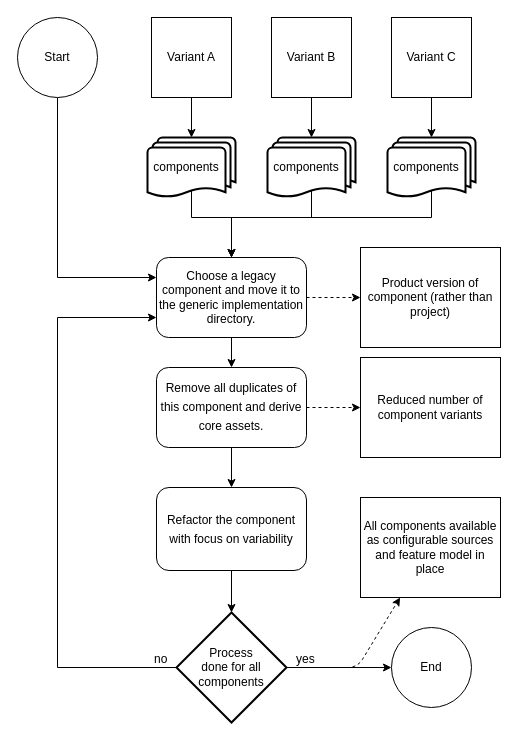
avengineers/SPLC2022 keeps this draw.io diagram as paper/images/step2-modularization-flow.drawio. Above is the earlier version. Source tidied: cells renumbered, new cells numbered last; positions are measured from the earlier drawing's top-left corner, leaving out a move shared by most shapes. Both pictures are drawn from the tidied source at 100%, with x=0, y=0 at pixel (17, 17).
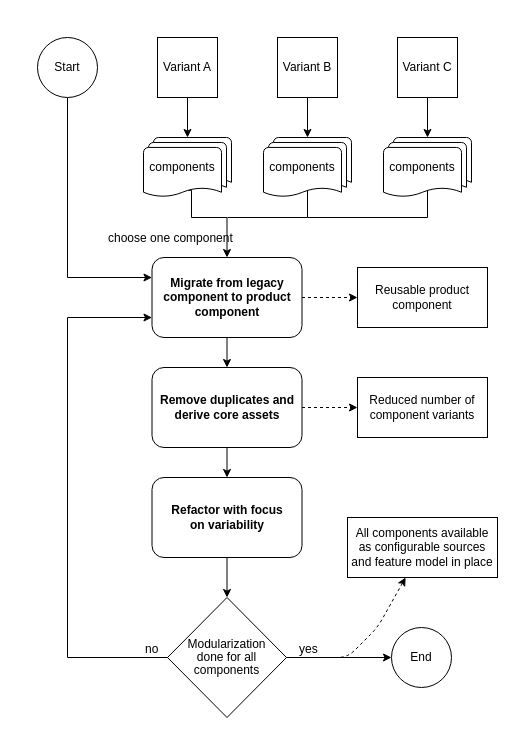
The same diagram, later.

The edit, as a diff of the source:
```diff
@@
-    <mxCell id="2" style="edgeStyle=orthogonalEdgeStyle;rounded=0;jettySize=auto;html=1;exitX=0.5;exitY=1;exitDx=0;exitDy=0;entryX=0.5;entryY=0;entryDx=0;entryDy=0;entryPerimeter=0;" parent="1" edge="1" source="3" target="9">
+    <mxCell id="2" style="edgeStyle=orthogonalEdgeStyle;rounded=0;jettySize=auto;html=1;exitX=0.5;exitY=1;exitDx=0;exitDy=0;entryX=0.5;entryY=0;entryDx=0;entryDy=0;entryPerimeter=0;fontFamily=Linux Libertine;" parent="1" edge="1" source="3" target="9">
       <mxGeometry relative="1" as="geometry" />
     </mxCell>
-    <mxCell id="3" value="Variant A" style="whiteSpace=wrap;html=1;" parent="1" vertex="1">
-      <mxGeometry x="134" width="80" height="80" as="geometry" />
+    <mxCell id="3" value="Variant A" style="whiteSpace=wrap;html=1;fontFamily=Linux Libertine;" parent="1" vertex="1">
+      <mxGeometry x="140" y="20" width="60" height="60" as="geometry" />
     </mxCell>
-    <mxCell id="4" style="edgeStyle=orthogonalEdgeStyle;rounded=0;jettySize=auto;html=1;exitX=0.5;exitY=1;exitDx=0;exitDy=0;entryX=0.5;entryY=0;entryDx=0;entryDy=0;entryPerimeter=0;" parent="1" edge="1" source="5" target="11">
+    <mxCell id="4" style="edgeStyle=orthogonalEdgeStyle;rounded=0;jettySize=auto;html=1;exitX=0.5;exitY=1;exitDx=0;exitDy=0;entryX=0.5;entryY=0;entryDx=0;entryDy=0;entryPerimeter=0;fontFamily=Linux Libertine;" parent="1" edge="1" source="5" target="11">
       <mxGeometry relative="1" as="geometry" />
     </mxCell>
-    <mxCell id="5" value="Variant B" style="whiteSpace=wrap;html=1;" parent="1" vertex="1">
-      <mxGeometry x="254" width="80" height="80" as="geometry" />
+    <mxCell id="5" value="Variant B" style="whiteSpace=wrap;html=1;fontFamily=Linux Libertine;" parent="1" vertex="1">
+      <mxGeometry x="260" y="20" width="60" height="60" as="geometry" />
     </mxCell>
-    <mxCell id="6" style="edgeStyle=orthogonalEdgeStyle;rounded=0;jettySize=auto;html=1;exitX=0.5;exitY=1;exitDx=0;exitDy=0;entryX=0.5;entryY=0;entryDx=0;entryDy=0;entryPerimeter=0;" parent="1" edge="1" source="7" target="13">
+    <mxCell id="6" style="edgeStyle=orthogonalEdgeStyle;rounded=0;jettySize=auto;html=1;exitX=0.5;exitY=1;exitDx=0;exitDy=0;entryX=0.5;entryY=0;entryDx=0;entryDy=0;entryPerimeter=0;fontFamily=Linux Libertine;" parent="1" edge="1" source="7" target="13">
       <mxGeometry relative="1" as="geometry" />
     </mxCell>
-    <mxCell id="7" value="Variant C" style="whiteSpace=wrap;html=1;" parent="1" vertex="1">
-      <mxGeometry x="374" width="80" height="80" as="geometry" />
+    <mxCell id="7" value="Variant C" style="whiteSpace=wrap;html=1;fontFamily=Linux Libertine;" parent="1" vertex="1">
+      <mxGeometry x="380" y="20" width="60" height="60" as="geometry" />
     </mxCell>
-    <mxCell id="8" style="edgeStyle=orthogonalEdgeStyle;rounded=0;jettySize=auto;html=1;exitX=0.5;exitY=0.88;exitDx=0;exitDy=0;exitPerimeter=0;entryX=0.5;entryY=0;entryDx=0;entryDy=0;fontFamily=Helvetica;fontSize=12;fontColor=default;" parent="1" edge="1" source="9" target="16">
+    <mxCell id="8" style="edgeStyle=orthogonalEdgeStyle;rounded=0;jettySize=auto;html=1;exitX=0.5;exitY=0.88;exitDx=0;exitDy=0;exitPerimeter=0;entryX=0.5;entryY=0;entryDx=0;entryDy=0;fontFamily=Linux Libertine;fontSize=12;fontColor=default;" parent="1" edge="1" source="9" target="16">
       <mxGeometry relative="1" as="geometry">
         <Array as="points">
+          <mxPoint x="174" y="173" />
           <mxPoint x="174" y="200" />
-          <mxPoint x="214" y="200" />
+          <mxPoint x="210" y="200" />
+          <mxPoint x="210" y="240" />
         </Array>
       </mxGeometry>
     </mxCell>
-    <mxCell id="9" value="components&amp;nbsp; &amp;nbsp;" style="strokeWidth=2;html=1;shape=mxgraph.flowchart.multi-document;whiteSpace=wrap;" parent="1" vertex="1">
-      <mxGeometry x="130" y="120" width="88" height="60" as="geometry" />
+    <mxCell id="9" value="components&amp;nbsp; &amp;nbsp;" style="strokeWidth=1;html=1;shape=mxgraph.flowchart.multi-document;whiteSpace=wrap;fontFamily=Linux Libertine;" parent="1" vertex="1">
+      <mxGeometry x="126" y="120" width="88" height="60" as="geometry" />
     </mxCell>
-    <mxCell id="10" style="edgeStyle=orthogonalEdgeStyle;rounded=0;jettySize=auto;html=1;exitX=0.5;exitY=0.88;exitDx=0;exitDy=0;exitPerimeter=0;entryX=0.5;entryY=0;entryDx=0;entryDy=0;fontFamily=Helvetica;fontSize=12;fontColor=default;" parent="1" edge="1" source="11" target="16">
-      <mxGeometry relative="1" as="geometry">
-        <Array as="points">
-          <mxPoint x="294" y="200" />
-          <mxPoint x="214" y="200" />
-        </Array>
-      </mxGeometry>
-    </mxCell>
-    <mxCell id="11" value="components&amp;nbsp; &amp;nbsp;" style="strokeWidth=2;html=1;shape=mxgraph.flowchart.multi-document;whiteSpace=wrap;" parent="1" vertex="1">
-      <mxGeometry x="250" y="120" width="88" height="60" as="geometry" />
+    <mxCell id="11" value="components&amp;nbsp; &amp;nbsp;" style="strokeWidth=1;html=1;shape=mxgraph.flowchart.multi-document;whiteSpace=wrap;fontFamily=Linux Libertine;" parent="1" vertex="1">
+      <mxGeometry x="246" y="120" width="88" height="60" as="geometry" />
     </mxCell>
-    <mxCell id="12" style="edgeStyle=orthogonalEdgeStyle;rounded=0;jettySize=auto;html=1;exitX=0.5;exitY=0.88;exitDx=0;exitDy=0;exitPerimeter=0;fontFamily=Helvetica;fontSize=12;fontColor=default;" parent="1" edge="1" source="13" target="16">
-      <mxGeometry relative="1" as="geometry">
-        <Array as="points">
-          <mxPoint x="414" y="200" />
-          <mxPoint x="214" y="200" />
-        </Array>
-      </mxGeometry>
-    </mxCell>
-    <mxCell id="13" value="components&amp;nbsp; &amp;nbsp;" style="strokeWidth=2;html=1;shape=mxgraph.flowchart.multi-document;whiteSpace=wrap;" parent="1" vertex="1">
-      <mxGeometry x="370" y="120" width="88" height="60" as="geometry" />
+    <mxCell id="13" value="components&amp;nbsp; &amp;nbsp;" style="strokeWidth=1;html=1;shape=mxgraph.flowchart.multi-document;whiteSpace=wrap;fontFamily=Linux Libertine;" parent="1" vertex="1">
+      <mxGeometry x="366" y="120" width="88" height="60" as="geometry" />
     </mxCell>
-    <mxCell id="14" style="edgeStyle=orthogonalEdgeStyle;rounded=0;jettySize=auto;html=1;exitX=0.5;exitY=1;exitDx=0;exitDy=0;fontFamily=Helvetica;fontSize=12;fontColor=default;entryX=0.5;entryY=0;entryDx=0;entryDy=0;" parent="1" edge="1" source="16" target="29">
+    <mxCell id="14" style="edgeStyle=orthogonalEdgeStyle;rounded=0;jettySize=auto;html=1;exitX=0.5;exitY=1;exitDx=0;exitDy=0;fontFamily=Linux Libertine;fontSize=12;fontColor=default;entryX=0.5;entryY=0;entryDx=0;entryDy=0;" parent="1" edge="1" source="16" target="29">
       <mxGeometry relative="1" as="geometry" />
     </mxCell>
-    <mxCell id="15" style="edgeStyle=none;html=1;exitX=1;exitY=0.5;exitDx=0;exitDy=0;entryX=0;entryY=0.5;entryDx=0;entryDy=0;dashed=1;strokeColor=#000000;" parent="1" edge="1" source="16" target="27">
+    <mxCell id="15" style="edgeStyle=none;html=1;exitX=1;exitY=0.5;exitDx=0;exitDy=0;entryX=0;entryY=0.5;entryDx=0;entryDy=0;dashed=1;strokeColor=#000000;fontFamily=Linux Libertine;" parent="1" edge="1" source="16" target="27">
       <mxGeometry relative="1" as="geometry" />
     </mxCell>
-    <mxCell id="16" value="Choose a legacy component and move it to the generic implementation directory." style="rounded=1;whiteSpace=wrap;html=1;" parent="1" vertex="1">
-      <mxGeometry x="139" y="240" width="150" height="80" as="geometry" />
+    <mxCell id="16" value="&lt;b&gt;Migrate from legacy component to product component&lt;/b&gt;" style="rounded=1;whiteSpace=wrap;html=1;fontFamily=Linux Libertine;" parent="1" vertex="1">
+      <mxGeometry x="134.5" y="240" width="150" height="80" as="geometry" />
     </mxCell>
-    <mxCell id="17" style="edgeStyle=orthogonalEdgeStyle;rounded=0;jettySize=auto;html=1;exitX=0.5;exitY=1;exitDx=0;exitDy=0;entryX=0;entryY=0.25;entryDx=0;entryDy=0;" parent="1" edge="1" source="18" target="16">
+    <mxCell id="17" style="edgeStyle=orthogonalEdgeStyle;rounded=0;jettySize=auto;html=1;exitX=0.5;exitY=1;exitDx=0;exitDy=0;entryX=0;entryY=0.25;entryDx=0;entryDy=0;fontFamily=Linux Libertine;" parent="1" edge="1" source="18" target="16">
       <mxGeometry relative="1" as="geometry" />
     </mxCell>
-    <mxCell id="18" value="Start" style="ellipse;whiteSpace=wrap;html=1;rounded=1;" parent="1" vertex="1">
-      <mxGeometry width="80" height="80" as="geometry" />
+    <mxCell id="18" value="Start" style="ellipse;whiteSpace=wrap;html=1;rounded=1;fontFamily=Linux Libertine;" parent="1" vertex="1">
+      <mxGeometry x="20" y="20" width="60" height="60" as="geometry" />
     </mxCell>
-    <mxCell id="19" style="edgeStyle=orthogonalEdgeStyle;rounded=0;jettySize=auto;html=1;exitX=0.5;exitY=1;exitDx=0;exitDy=0;entryX=0.5;entryY=0;entryDx=0;entryDy=0;entryPerimeter=0;fontFamily=Helvetica;fontSize=12;fontColor=default;" parent="1" edge="1" source="20" target="23">
+    <mxCell id="19" style="edgeStyle=orthogonalEdgeStyle;rounded=0;jettySize=auto;html=1;exitX=0.5;exitY=1;exitDx=0;exitDy=0;entryX=0.5;entryY=0;entryDx=0;entryDy=0;entryPerimeter=0;fontFamily=Linux Libertine;fontSize=12;fontColor=default;" parent="1" edge="1" source="20" target="23">
       <mxGeometry relative="1" as="geometry" />
     </mxCell>
-    <mxCell id="20" value="&lt;div style=&quot;background-color: rgb(255, 255, 255); line-height: 19px;&quot;&gt;Refactor the component with focus on variability&lt;br&gt;&lt;/div&gt;" style="rounded=1;whiteSpace=wrap;html=1;fontSize=12;fontFamily=Helvetica;" parent="1" vertex="1">
-      <mxGeometry x="139" y="470" width="150" height="83" as="geometry" />
+    <mxCell id="20" value="&lt;div style=&quot;background-color: rgb(255, 255, 255); line-height: 1.2;&quot;&gt;&lt;b&gt;Refactor with focus&lt;/b&gt;&lt;/div&gt;&lt;div style=&quot;background-color: rgb(255, 255, 255); line-height: 1.2;&quot;&gt;&lt;b&gt;on variability&lt;/b&gt;&lt;br&gt;&lt;/div&gt;" style="rounded=1;whiteSpace=wrap;html=1;fontSize=12;fontFamily=Linux Libertine;" parent="1" vertex="1">
+      <mxGeometry x="134.5" y="460" width="150" height="80" as="geometry" />
     </mxCell>
-    <mxCell id="21" style="edgeStyle=none;html=1;exitX=1;exitY=0.5;exitDx=0;exitDy=0;exitPerimeter=0;strokeColor=#000000;entryX=0;entryY=0.5;entryDx=0;entryDy=0;" parent="1" edge="1" source="23" target="24">
+    <mxCell id="21" style="edgeStyle=none;html=1;exitX=1;exitY=0.5;exitDx=0;exitDy=0;exitPerimeter=0;strokeColor=#000000;entryX=0;entryY=0.5;entryDx=0;entryDy=0;fontFamily=Linux Libertine;" parent="1" edge="1" source="23" target="24">
       <mxGeometry relative="1" as="geometry" />
     </mxCell>
-    <mxCell id="22" style="edgeStyle=none;html=1;exitX=1;exitY=0.5;exitDx=0;exitDy=0;exitPerimeter=0;dashed=1;strokeColor=#000000;" parent="1" edge="1" source="23" target="32">
+    <mxCell id="22" style="edgeStyle=none;html=1;exitX=1;exitY=0.5;exitDx=0;exitDy=0;exitPerimeter=0;dashed=1;strokeColor=#000000;fontFamily=Linux Libertine;" parent="1" edge="1" source="23" target="32">
       <mxGeometry relative="1" as="geometry">
         <Array as="points">
-          <mxPoint x="340" y="650" />
+          <mxPoint x="330" y="640" />
+          <mxPoint x="360" y="610" />
         </Array>
       </mxGeometry>
     </mxCell>
-    <mxCell id="23" value="Process&lt;br&gt;done for all&lt;br&gt;components" style="strokeWidth=2;html=1;shape=mxgraph.flowchart.decision;whiteSpace=wrap;rounded=1;labelBackgroundColor=none;fontFamily=Helvetica;fontSize=12;fontColor=default;" parent="1" vertex="1">
-      <mxGeometry x="159" y="595" width="110" height="110" as="geometry" />
+    <mxCell id="23" value="&lt;p style=&quot;line-height: 1.1;&quot;&gt;Modularization&lt;br&gt;done for all&lt;br&gt;components&lt;/p&gt;" style="strokeWidth=1;html=1;shape=mxgraph.flowchart.decision;whiteSpace=wrap;rounded=1;labelBackgroundColor=none;fontFamily=Linux Libertine;fontSize=12;fontColor=default;" parent="1" vertex="1">
+      <mxGeometry x="150" y="580" width="119" height="120" as="geometry" />
     </mxCell>
-    <mxCell id="24" value="End" style="ellipse;whiteSpace=wrap;html=1;rounded=1;" parent="1" vertex="1">
-      <mxGeometry x="374" y="610" width="80" height="80" as="geometry" />
+    <mxCell id="24" value="End" style="ellipse;whiteSpace=wrap;html=1;rounded=1;fontFamily=Linux Libertine;" parent="1" vertex="1">
+      <mxGeometry x="374" y="610" width="60" height="60" as="geometry" />
     </mxCell>
-    <mxCell id="25" style="endArrow=classic;html=1;rounded=0;fontFamily=Helvetica;fontSize=12;fontColor=default;exitX=0;exitY=0.5;exitDx=0;exitDy=0;exitPerimeter=0;entryX=0;entryY=0.75;entryDx=0;entryDy=0;" parent="1" edge="1" source="23" target="16">
+    <mxCell id="25" style="endArrow=classic;html=1;rounded=0;fontFamily=Linux Libertine;fontSize=12;fontColor=default;exitX=0;exitY=0.5;exitDx=0;exitDy=0;exitPerimeter=0;entryX=0;entryY=0.75;entryDx=0;entryDy=0;" parent="1" edge="1" source="23" target="16">
       <mxGeometry relative="1" as="geometry">
         <Array as="points">
-          <mxPoint x="40" y="650" />
-          <mxPoint x="40" y="300" />
+          <mxPoint x="50" y="640" />
+          <mxPoint x="50" y="300" />
         </Array>
       </mxGeometry>
     </mxCell>
-    <mxCell id="26" value="no" style="edgeLabel;html=1;align=left;verticalAlign=bottom;rounded=1;labelBackgroundColor=none;fontFamily=Helvetica;fontSize=12;fontColor=default;" parent="25" vertex="1">
+    <mxCell id="26" value="no" style="edgeLabel;html=1;align=left;verticalAlign=bottom;rounded=1;labelBackgroundColor=none;fontFamily=Linux Libertine;fontSize=12;fontColor=default;" parent="25" vertex="1">
       <mxGeometry x="-1" relative="1" as="geometry">
         <mxPoint x="-24" as="offset" />
       </mxGeometry>
     </mxCell>
-    <mxCell id="27" value="&lt;span style=&quot;&quot;&gt;Product version of component (rather than project)&lt;/span&gt;" style="rounded=0;whiteSpace=wrap;html=1;labelBackgroundColor=none;fontFamily=Helvetica;fontSize=12;fontColor=default;" parent="1" vertex="1">
-      <mxGeometry x="343" y="230" width="140" height="100" as="geometry" />
+    <mxCell id="27" value="&lt;span style=&quot;&quot;&gt;Reusable product component&lt;/span&gt;" style="rounded=0;whiteSpace=wrap;html=1;labelBackgroundColor=none;fontFamily=Linux Libertine;fontSize=12;fontColor=default;" parent="1" vertex="1">
+      <mxGeometry x="340" y="250" width="130" height="60" as="geometry" />
     </mxCell>
-    <mxCell id="28" style="edgeStyle=orthogonalEdgeStyle;rounded=0;jettySize=auto;html=1;exitX=1;exitY=0.5;exitDx=0;exitDy=0;entryX=0;entryY=0.5;entryDx=0;entryDy=0;fontFamily=Helvetica;fontSize=12;fontColor=default;dashed=1;strokeColor=#000000;" parent="1" edge="1" source="29" target="31">
+    <mxCell id="28" style="edgeStyle=orthogonalEdgeStyle;rounded=0;jettySize=auto;html=1;exitX=1;exitY=0.5;exitDx=0;exitDy=0;entryX=0;entryY=0.5;entryDx=0;entryDy=0;fontFamily=Linux Libertine;fontSize=12;fontColor=default;dashed=1;strokeColor=#000000;" parent="1" edge="1" source="29" target="31">
       <mxGeometry relative="1" as="geometry" />
     </mxCell>
-    <mxCell id="29" value="&lt;div style=&quot;background-color: rgb(255, 255, 255); line-height: 19px;&quot;&gt;Remove all duplicates of this component and derive core assets.&lt;br&gt;&lt;/div&gt;" style="rounded=1;whiteSpace=wrap;html=1;fontSize=12;fontFamily=Helvetica;" parent="1" vertex="1">
-      <mxGeometry x="139" y="350" width="150" height="80" as="geometry" />
+    <mxCell id="29" value="&lt;div style=&quot;background-color: rgb(255, 255, 255); line-height: 1.2;&quot;&gt;&lt;b&gt;Remove duplicates and&lt;/b&gt;&lt;/div&gt;&lt;div style=&quot;background-color: rgb(255, 255, 255); line-height: 1.2;&quot;&gt;&lt;b&gt;derive core assets&lt;/b&gt;&lt;br&gt;&lt;/div&gt;" style="rounded=1;whiteSpace=wrap;html=1;fontSize=12;fontFamily=Linux Libertine;" parent="1" vertex="1">
+      <mxGeometry x="134.5" y="350" width="150" height="80" as="geometry" />
     </mxCell>
-    <mxCell id="30" style="edgeStyle=orthogonalEdgeStyle;rounded=0;jettySize=auto;html=1;exitX=0.5;exitY=1;exitDx=0;exitDy=0;entryX=0.5;entryY=0;entryDx=0;entryDy=0;fontFamily=Helvetica;fontSize=12;fontColor=default;" parent="1" edge="1" source="29" target="20">
+    <mxCell id="30" style="edgeStyle=orthogonalEdgeStyle;rounded=0;jettySize=auto;html=1;exitX=0.5;exitY=1;exitDx=0;exitDy=0;entryX=0.5;entryY=0;entryDx=0;entryDy=0;fontFamily=Linux Libertine;fontSize=12;fontColor=default;" parent="1" edge="1" source="29" target="20">
       <mxGeometry relative="1" as="geometry" />
     </mxCell>
-    <mxCell id="31" value="Reduced number of component variants" style="rounded=0;whiteSpace=wrap;html=1;labelBackgroundColor=none;fontFamily=Helvetica;fontSize=12;fontColor=default;" parent="1" vertex="1">
-      <mxGeometry x="343" y="340" width="140" height="100" as="geometry" />
+    <mxCell id="31" value="Reduced number of component variants" style="rounded=0;whiteSpace=wrap;html=1;labelBackgroundColor=none;fontFamily=Linux Libertine;fontSize=12;fontColor=default;" parent="1" vertex="1">
+      <mxGeometry x="340" y="360" width="130" height="60" as="geometry" />
     </mxCell>
-    <mxCell id="32" value="All components available as configurable sources and feature model in place" style="rounded=0;whiteSpace=wrap;html=1;labelBackgroundColor=none;fontFamily=Helvetica;fontSize=12;fontColor=default;" parent="1" vertex="1">
-      <mxGeometry x="343" y="480" width="140" height="100" as="geometry" />
+    <mxCell id="32" value="All components available as configurable sources and feature model in place" style="rounded=0;whiteSpace=wrap;html=1;labelBackgroundColor=none;fontFamily=Linux Libertine;fontSize=12;fontColor=default;" parent="1" vertex="1">
+      <mxGeometry x="330" y="500" width="150" height="60" as="geometry" />
     </mxCell>
-    <mxCell id="33" value="yes" style="edgeLabel;html=1;align=left;verticalAlign=bottom;rounded=1;labelBackgroundColor=none;fontFamily=Helvetica;fontSize=12;fontColor=default;" parent="1" vertex="1">
-      <mxGeometry x="277" y="650" as="geometry" />
+    <mxCell id="33" value="yes" style="edgeLabel;html=1;align=left;verticalAlign=bottom;rounded=1;labelBackgroundColor=none;fontFamily=Linux Libertine;fontSize=12;fontColor=default;" parent="1" vertex="1">
+      <mxGeometry x="280" y="640" as="geometry" />
     </mxCell>
+    <mxCell id="34" value="choose one component" style="edgeLabel;html=1;align=left;verticalAlign=bottom;rounded=1;labelBackgroundColor=none;fontFamily=Linux Libertine;fontSize=12;fontColor=default;" parent="1" vertex="1">
+      <mxGeometry x="89" y="229" as="geometry" />
+    </mxCell>
+    <mxCell id="35" style="endArrow=none;html=1;rounded=0;entryX=0.5;entryY=0.88;entryDx=0;entryDy=0;entryPerimeter=0;" parent="1" edge="1" target="11">
+      <mxGeometry relative="1" as="geometry">
+        <mxPoint x="210" y="200" as="sourcePoint" />
+        <Array as="points">
+          <mxPoint x="290" y="200" />
+        </Array>
+      </mxGeometry>
+    </mxCell>
+    <mxCell id="36" style="endArrow=none;html=1;rounded=0;entryX=0.5;entryY=0.88;entryDx=0;entryDy=0;entryPerimeter=0;" parent="1" edge="1" target="13">
+      <mxGeometry relative="1" as="geometry">
+        <mxPoint x="290" y="200" as="sourcePoint" />
+        <Array as="points">
+          <mxPoint x="410" y="200" />
+        </Array>
+      </mxGeometry>
+    </mxCell>
```
